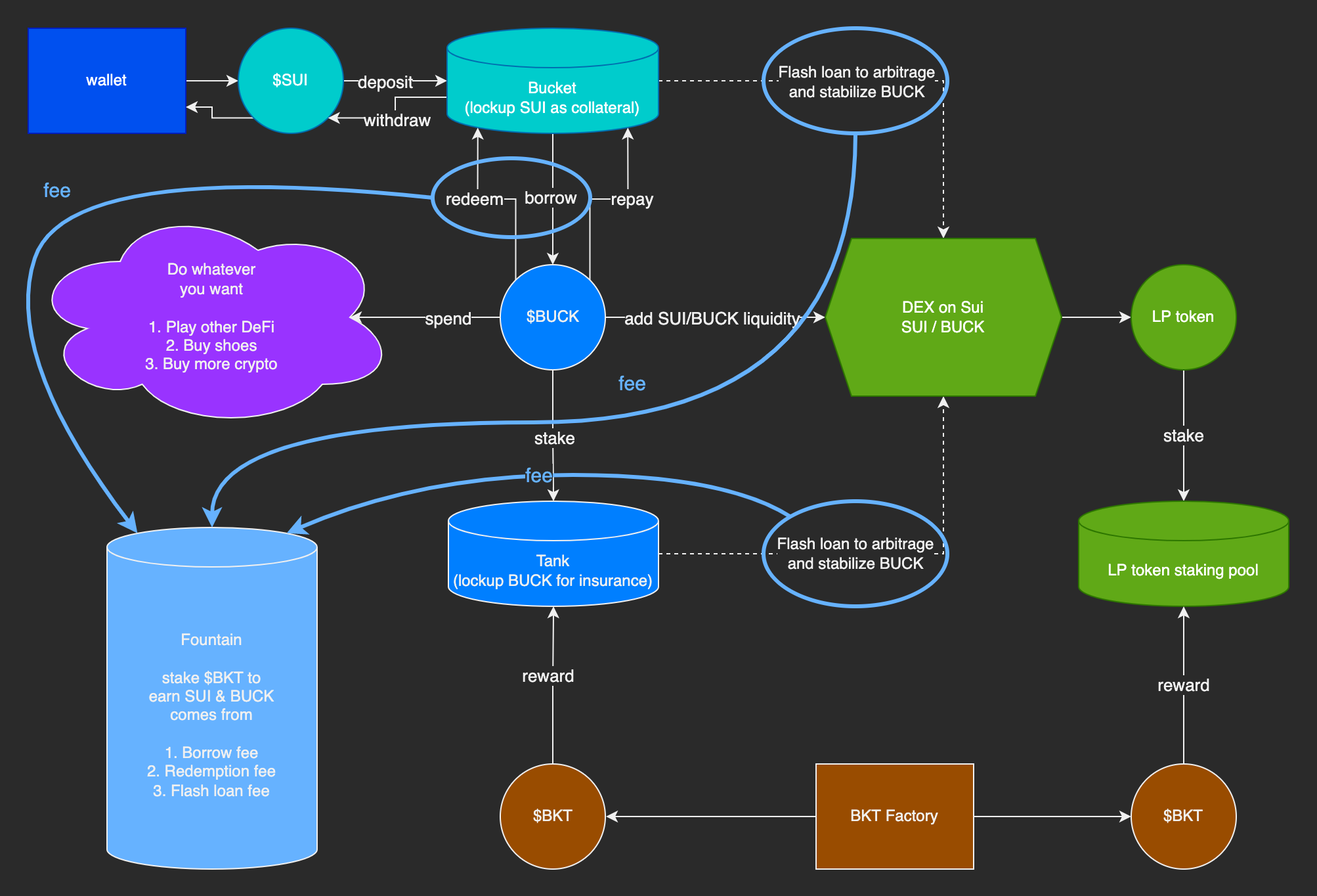
MoveBitAudit/v1-core keeps this draw.io diagram as assets/bucket-protocol.png. Above is the earlier version. Source tidied: cells renumbered, new cells last; positions are measured from the earlier drawing's top-left corner, leaving out a move shared by most shapes.
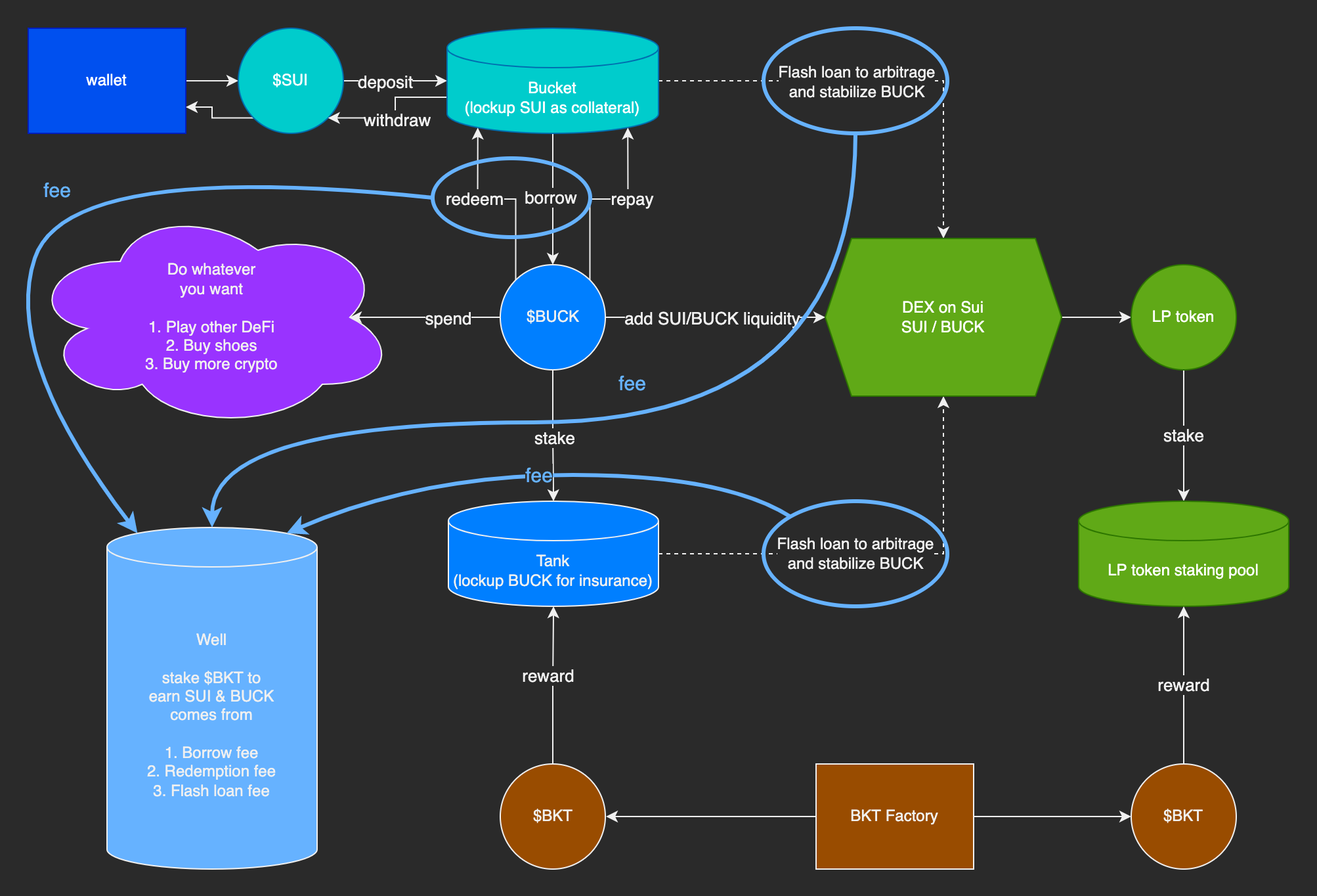
The same file after the commit.

What changed in the source:
```diff
@@ -125,7 +125,7 @@
     <mxCell id="38" value="$BKT" style="ellipse;whiteSpace=wrap;html=1;fontSize=12;fillColor=#994C00;" parent="1" vertex="1">
       <mxGeometry x="860" y="560" width="80" height="80" as="geometry" />
     </mxCell>
-    <mxCell id="39" value="Fountain&lt;br&gt;&lt;br&gt;stake $BKT to&lt;br&gt;earn SUI &amp;amp; BUCK&lt;br&gt;comes from&lt;br&gt;&lt;br&gt;1. Borrow fee&lt;br&gt;2. Redemption fee&lt;br&gt;3. Flash loan fee" style="shape=cylinder3;whiteSpace=wrap;html=1;boundedLbl=1;backgroundOutline=1;size=15;fillColor=#66B2FF;" parent="1" vertex="1">
+    <mxCell id="39" value="Well&lt;br&gt;&lt;br&gt;stake $BKT to&lt;br&gt;earn SUI &amp;amp; BUCK&lt;br&gt;comes from&lt;br&gt;&lt;br&gt;1. Borrow fee&lt;br&gt;2. Redemption fee&lt;br&gt;3. Flash loan fee" style="shape=cylinder3;whiteSpace=wrap;html=1;boundedLbl=1;backgroundOutline=1;size=15;fillColor=#66B2FF;" parent="1" vertex="1">
       <mxGeometry x="80" y="380" width="160" height="260" as="geometry" />
     </mxCell>
     <mxCell id="40" style="ellipse;whiteSpace=wrap;html=1;fontSize=13;fillColor=none;fontColor=#66B2FF;strokeColor=#66B2FF;strokeWidth=3;" parent="1" vertex="1">
```
